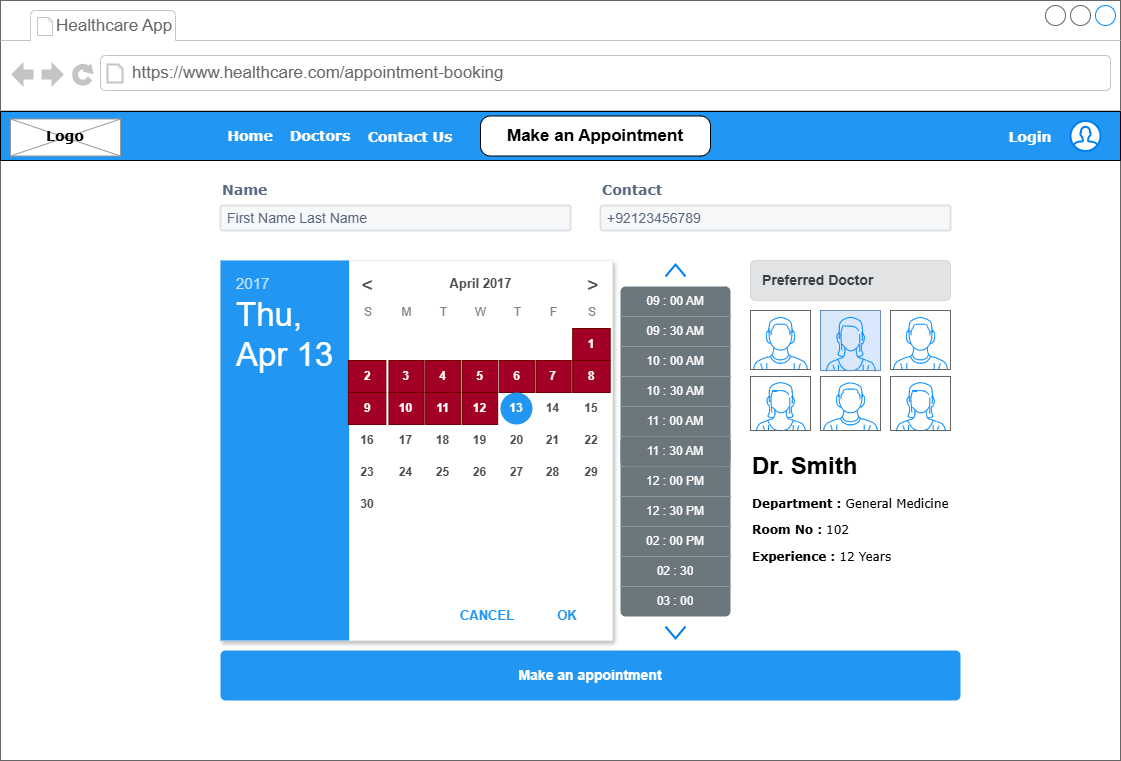
This is Online-Appointment-for-Healthcare-Clinic/02 - Diagrams/WireFrame_1-AppointmentBooking.png from ZohaibWaqarMalik/Technical-Business-Analyst-Projects, a draw.io export, as it was before one commit. Source tidied: cells renumbered, new cells last; positions are measured from the earlier drawing's top-left corner, leaving out a move shared by most shapes.
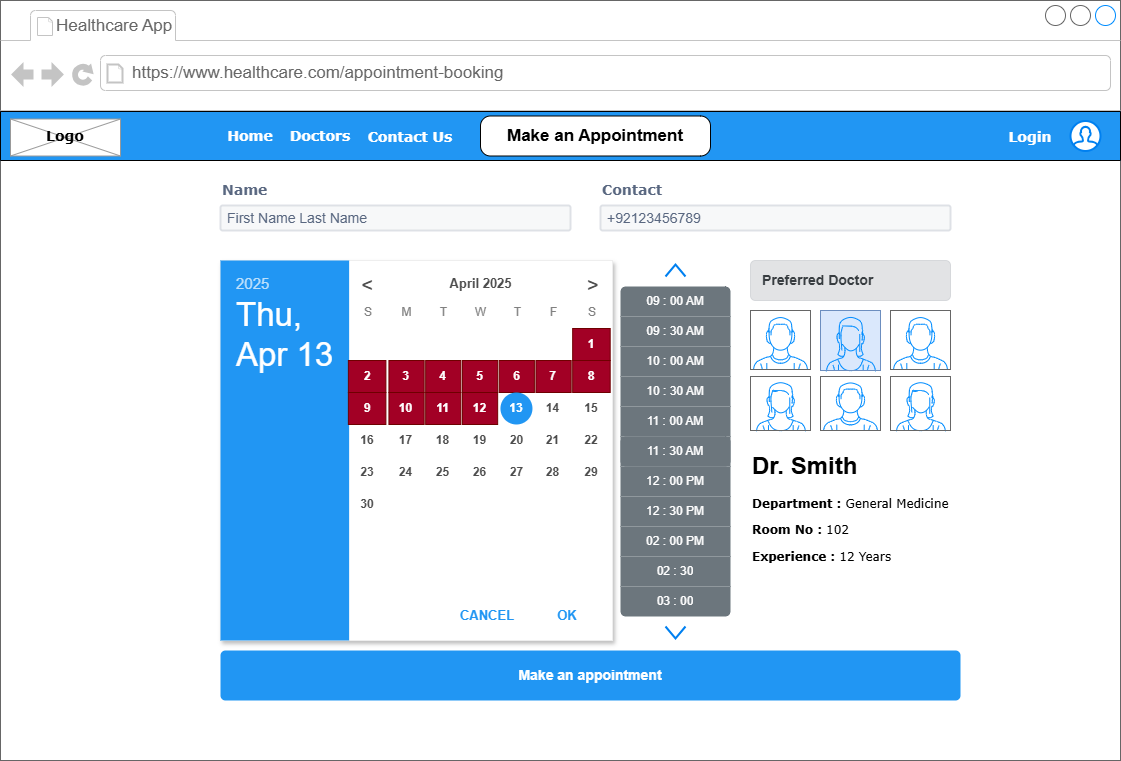
The same diagram one commit later.

Commit message:
Update WireFrame_1-AppointmentBooking

Change to the diagram source:
```diff
@@ -131,13 +131,13 @@
     <mxCell id="44" value="Thu,&lt;br&gt;Apr 13" style="shape=rect;fillColor=#2196F3;fontColor=#ffffff;strokeColor=none;align=left;spacing=16;fontSize=33;verticalAlign=top;spacingTop=14;whiteSpace=wrap;html=1;" parent="43" vertex="1">
       <mxGeometry width="128.6" height="380" as="geometry" />
     </mxCell>
-    <mxCell id="45" value="2017" style="text;verticalAlign=middle;fontColor=#FFFFFF;spacingTop=6;spacing=16;fontSize=15;textOpacity=70;whiteSpace=wrap;html=1;" parent="44" vertex="1">
+    <mxCell id="45" value="2025" style="text;verticalAlign=middle;fontColor=#FFFFFF;spacingTop=6;spacing=16;fontSize=15;textOpacity=70;whiteSpace=wrap;html=1;" parent="44" vertex="1">
       <mxGeometry width="128.62" height="40" relative="1" as="geometry" />
     </mxCell>
     <mxCell id="46" value="&lt;" style="text;verticalAlign=middle;fontColor=#4D4D4D;spacingTop=6;spacing=16;fontSize=20;align=center;" parent="43" vertex="1">
       <mxGeometry x="0.33" width="38.28" height="40" relative="1" as="geometry" />
     </mxCell>
-    <mxCell id="47" value="April 2017" style="text;verticalAlign=middle;fontColor=#4D4D4D;spacingTop=6;spacing=16;fontSize=13;align=center;fontStyle=1;whiteSpace=wrap;html=1;" parent="43" vertex="1">
+    <mxCell id="47" value="April 2025" style="text;verticalAlign=middle;fontColor=#4D4D4D;spacingTop=6;spacing=16;fontSize=13;align=center;fontStyle=1;whiteSpace=wrap;html=1;" parent="43" vertex="1">
       <mxGeometry x="0.43" width="185.28" height="40" relative="1" as="geometry" />
     </mxCell>
     <mxCell id="48" value="&gt;" style="text;verticalAlign=middle;fontColor=#4D4D4D;spacingTop=6;spacing=16;fontSize=20;align=center;" parent="43" vertex="1">
```
